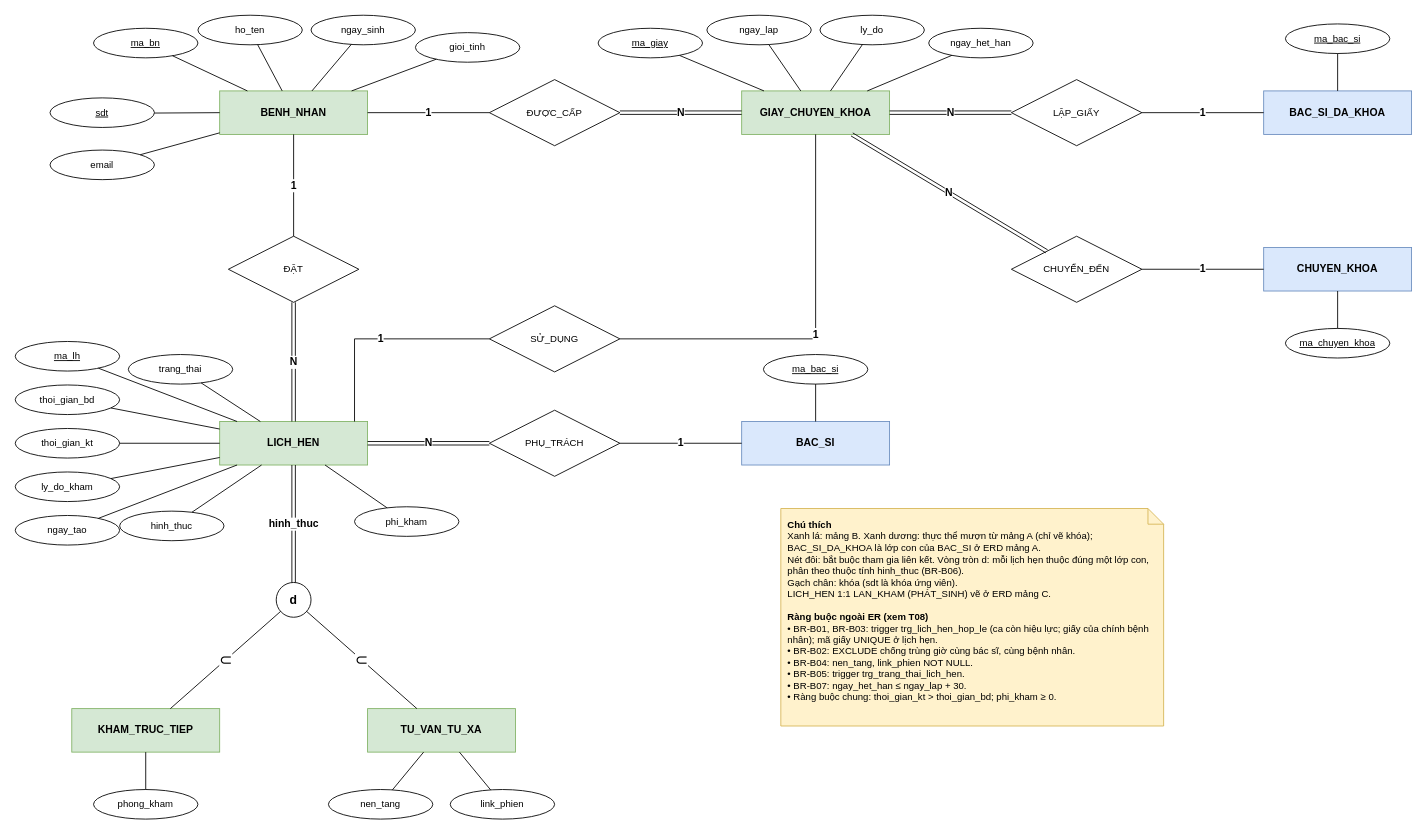
khoiln218/telemedicine keeps this draw.io diagram as erd/B.drawio. Above is the earlier version. Source tidied: cells renumbered, new cells numbered last; positions are measured from the earlier drawing's top-left corner, leaving out a move shared by most shapes. Both pictures are drawn from the tidied source at 87%, with x=0, y=0 at pixel (15, 15).
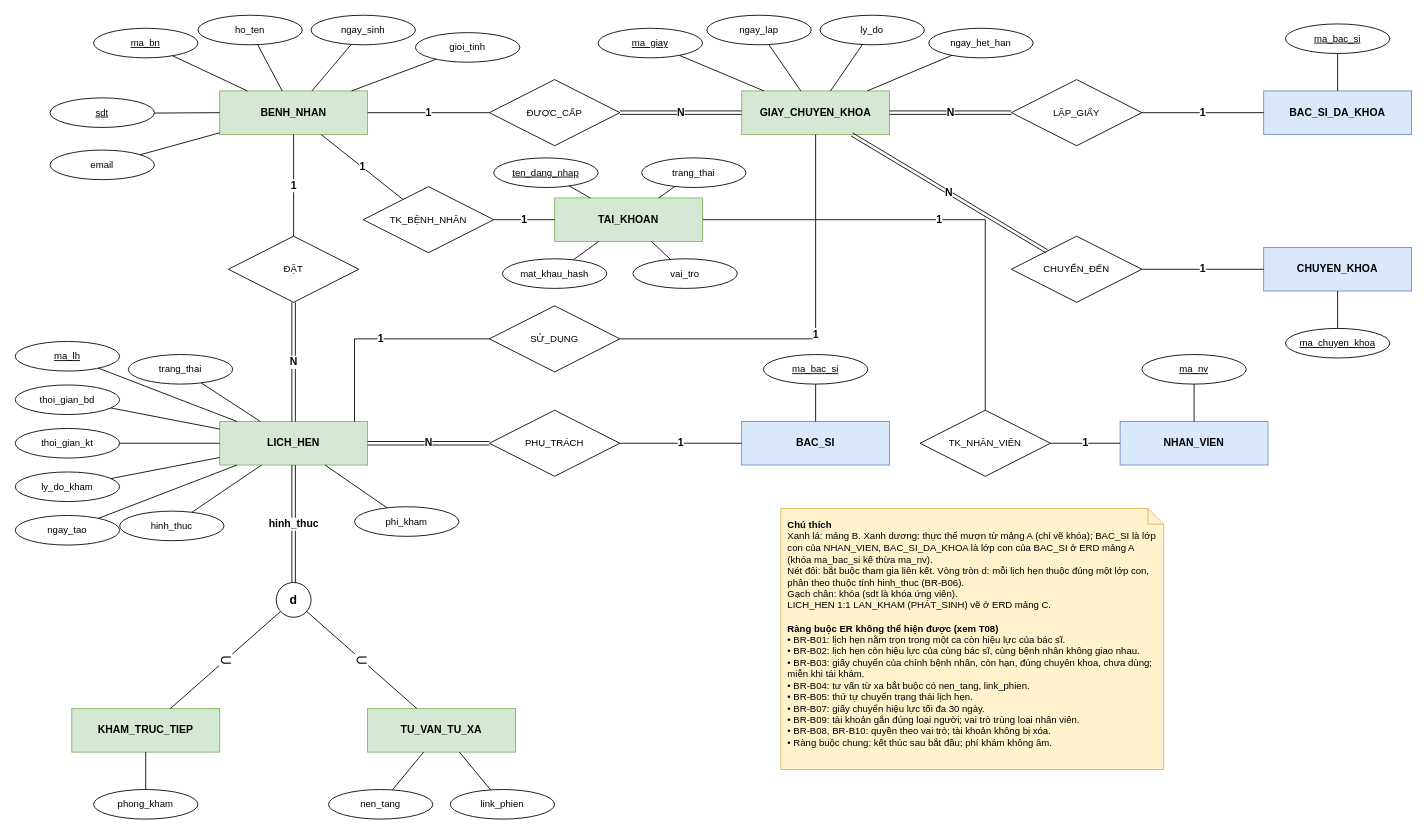
The same diagram, later.

Unchanged cells that the change refers to:
```xml
<mxCell id="2" value="BENH_NHAN" style="shape=ext;double=0;whiteSpace=wrap;html=1;fontStyle=1;fillColor=#d5e8d4;strokeColor=#82b366;" parent="1" vertex="1">
  <mxGeometry x="235" y="87" width="170" height="50" as="geometry" />
</mxCell>
```

Diff of the diagram source:
```diff
@@
-    <mxCell id="41" value="&lt;b&gt;Chú thích&lt;/b&gt;&lt;br&gt;Xanh lá: mảng B. Xanh dương: thực thể mượn từ mảng A (chỉ vẽ khóa); BAC_SI_DA_KHOA là lớp con của BAC_SI ở ERD mảng A.&lt;br&gt;Nét đôi: bắt buộc tham gia liên kết. Vòng tròn d: mỗi lịch hẹn thuộc đúng một lớp con, phân theo thuộc tính hinh_thuc (BR-B06).&lt;br&gt;Gạch chân: khóa (sdt là khóa ứng viên).&lt;br&gt;LICH_HEN 1:1 LAN_KHAM (PHÁT_SINH) vẽ ở ERD mảng C.&lt;br&gt;&lt;br&gt;&lt;b&gt;Ràng buộc ngoài ER (xem T08)&lt;/b&gt;&lt;br&gt;• BR-B01, BR-B03: trigger trg_lich_hen_hop_le (ca còn hiệu lực; giấy của chính bệnh nhân); mã giấy UNIQUE ở lịch hẹn.&lt;br&gt;• BR-B02: EXCLUDE chống trùng giờ cùng bác sĩ, cùng bệnh nhân.&lt;br&gt;• BR-B04: nen_tang, link_phien NOT NULL.&lt;br&gt;• BR-B05: trigger trg_trang_thai_lich_hen.&lt;br&gt;• BR-B07: ngay_het_han ≤ ngay_lap + 30.&lt;br&gt;• Ràng buộc chung: thoi_gian_kt &amp;gt; thoi_gian_bd; phi_kham ≥ 0." style="shape=note;whiteSpace=wrap;html=1;size=18;align=left;verticalAlign=top;spacing=8;fontSize=11;fillColor=#fff2cc;strokeColor=#d6b656;" parent="1" vertex="1">
-      <mxGeometry x="880" y="567" width="440" height="250" as="geometry" />
+    <mxCell id="41" value="&lt;b&gt;Chú thích&lt;/b&gt;&lt;br&gt;Xanh lá: mảng B. Xanh dương: thực thể mượn từ mảng A (chỉ vẽ khóa); BAC_SI là lớp con của NHAN_VIEN, BAC_SI_DA_KHOA là lớp con của BAC_SI ở ERD mảng A (khóa ma_bac_si kế thừa ma_nv).&lt;br&gt;Nét đôi: bắt buộc tham gia liên kết. Vòng tròn d: mỗi lịch hẹn thuộc đúng một lớp con, phân theo thuộc tính hinh_thuc (BR-B06).&lt;br&gt;Gạch chân: khóa (sdt là khóa ứng viên).&lt;br&gt;LICH_HEN 1:1 LAN_KHAM (PHÁT_SINH) vẽ ở ERD mảng C.&lt;br&gt;&lt;br&gt;&lt;b&gt;Ràng buộc ER không thể hiện được (xem T08)&lt;/b&gt;&lt;br&gt;• BR-B01: lịch hẹn nằm trọn trong một ca còn hiệu lực của bác sĩ.&lt;br&gt;• BR-B02: lịch hẹn còn hiệu lực của cùng bác sĩ, cùng bệnh nhân không giao nhau.&lt;br&gt;• BR-B03: giấy chuyển của chính bệnh nhân, còn hạn, đúng chuyên khoa, chưa dùng; miễn khi tái khám.&lt;br&gt;• BR-B04: tư vấn từ xa bắt buộc có nen_tang, link_phien.&lt;br&gt;• BR-B05: thứ tự chuyển trạng thái lịch hẹn.&lt;br&gt;• BR-B07: giấy chuyển hiệu lực tối đa 30 ngày.&lt;br&gt;• BR-B09: tài khoản gắn đúng loại người; vai trò trùng loại nhân viên.&lt;br&gt;• BR-B08, BR-B10: quyền theo vai trò; tài khoản không bị xóa.&lt;br&gt;• Ràng buộc chung: kết thúc sau bắt đầu; phí khám không âm." style="shape=note;whiteSpace=wrap;html=1;size=18;align=left;verticalAlign=top;spacing=8;fontSize=11;fillColor=#fff2cc;strokeColor=#d6b656;" parent="1" vertex="1">
+      <mxGeometry x="880" y="567" width="440" height="300" as="geometry" />
     </mxCell>
+    <mxCell id="81" value="TAI_KHOAN" style="shape=ext;double=0;whiteSpace=wrap;html=1;fontStyle=1;fillColor=#d5e8d4;strokeColor=#82b366;" parent="1" vertex="1">
+      <mxGeometry x="620" y="210" width="170" height="50" as="geometry" />
+    </mxCell>
+    <mxCell id="82" value="TK_BỆNH_NHÂN" style="shape=rhombus;double=0;perimeter=rhombusPerimeter;whiteSpace=wrap;html=1;fontSize=11;fillColor=#ffffff;strokeColor=#000000;" parent="1" vertex="1">
+      <mxGeometry x="400" y="197" width="150" height="76" as="geometry" />
+    </mxCell>
+    <mxCell id="83" value="TK_NHÂN_VIÊN" style="shape=rhombus;double=0;perimeter=rhombusPerimeter;whiteSpace=wrap;html=1;fontSize=11;fillColor=#ffffff;strokeColor=#000000;" parent="1" vertex="1">
+      <mxGeometry x="1040" y="454" width="150" height="76" as="geometry" />
+    </mxCell>
+    <mxCell id="84" value="&lt;u&gt;ten_dang_nhap&lt;/u&gt;" style="ellipse;whiteSpace=wrap;html=1;fontSize=11;fillColor=#ffffff;strokeColor=#000000;" parent="1" vertex="1">
+      <mxGeometry x="550" y="164" width="120" height="34" as="geometry" />
+    </mxCell>
+    <mxCell id="85" value="trang_thai" style="ellipse;whiteSpace=wrap;html=1;fontSize=11;fillColor=#ffffff;strokeColor=#000000;" parent="1" vertex="1">
+      <mxGeometry x="720" y="164" width="120" height="34" as="geometry" />
+    </mxCell>
+    <mxCell id="86" value="mat_khau_hash" style="ellipse;whiteSpace=wrap;html=1;fontSize=11;fillColor=#ffffff;strokeColor=#000000;" parent="1" vertex="1">
+      <mxGeometry x="560" y="280" width="120" height="34" as="geometry" />
+    </mxCell>
+    <mxCell id="87" value="vai_tro" style="ellipse;whiteSpace=wrap;html=1;fontSize=11;fillColor=#ffffff;strokeColor=#000000;" parent="1" vertex="1">
+      <mxGeometry x="710" y="280" width="120" height="34" as="geometry" />
+    </mxCell>
+    <mxCell id="88" value="NHAN_VIEN" style="shape=ext;double=0;whiteSpace=wrap;html=1;fontStyle=1;fillColor=#dae8fc;strokeColor=#6c8ebf;" parent="1" vertex="1">
+      <mxGeometry x="1270" y="467" width="170" height="50" as="geometry" />
+    </mxCell>
+    <mxCell id="89" value="&lt;u&gt;ma_nv&lt;/u&gt;" style="ellipse;whiteSpace=wrap;html=1;fontSize=11;fillColor=#ffffff;strokeColor=#000000;" parent="1" vertex="1">
+      <mxGeometry x="1295" y="390" width="120" height="34" as="geometry" />
+    </mxCell>
@@
+    <mxCell id="90" style="endArrow=none;html=1;rounded=0;fontSize=12;fontStyle=1;labelBackgroundColor=#ffffff;" parent="1" edge="1" source="84" target="81">
+      <mxGeometry relative="1" as="geometry" />
+    </mxCell>
+    <mxCell id="91" style="endArrow=none;html=1;rounded=0;fontSize=12;fontStyle=1;labelBackgroundColor=#ffffff;" parent="1" edge="1" source="85" target="81">
+      <mxGeometry relative="1" as="geometry" />
+    </mxCell>
+    <mxCell id="92" style="endArrow=none;html=1;rounded=0;fontSize=12;fontStyle=1;labelBackgroundColor=#ffffff;" parent="1" edge="1" source="86" target="81">
+      <mxGeometry relative="1" as="geometry" />
+    </mxCell>
+    <mxCell id="93" style="endArrow=none;html=1;rounded=0;fontSize=12;fontStyle=1;labelBackgroundColor=#ffffff;" parent="1" edge="1" source="87" target="81">
+      <mxGeometry relative="1" as="geometry" />
+    </mxCell>
+    <mxCell id="94" value="1" style="endArrow=none;html=1;rounded=0;fontSize=12;fontStyle=1;labelBackgroundColor=#ffffff;" parent="1" edge="1" source="2" target="82">
+      <mxGeometry relative="1" as="geometry" />
+    </mxCell>
+    <mxCell id="95" value="1" style="endArrow=none;html=1;rounded=0;fontSize=12;fontStyle=1;labelBackgroundColor=#ffffff;" parent="1" edge="1" source="82" target="81">
+      <mxGeometry relative="1" as="geometry" />
+    </mxCell>
+    <mxCell id="96" value="1" style="endArrow=none;html=1;rounded=0;fontSize=12;fontStyle=1;labelBackgroundColor=#ffffff;" parent="1" edge="1" source="88" target="83">
+      <mxGeometry relative="1" as="geometry" />
+    </mxCell>
+    <mxCell id="97" value="1" style="endArrow=none;html=1;rounded=0;fontSize=12;fontStyle=1;labelBackgroundColor=#ffffff;edgeStyle=orthogonalEdgeStyle;" parent="1" edge="1" source="83" target="81">
+      <mxGeometry relative="1" as="geometry">
+        <Array as="points">
+          <mxPoint x="1115" y="235" />
+        </Array>
+      </mxGeometry>
+    </mxCell>
+    <mxCell id="98" style="endArrow=none;html=1;rounded=0;fontSize=12;fontStyle=1;labelBackgroundColor=#ffffff;" parent="1" edge="1" source="89" target="88">
+      <mxGeometry relative="1" as="geometry" />
+    </mxCell>
```
